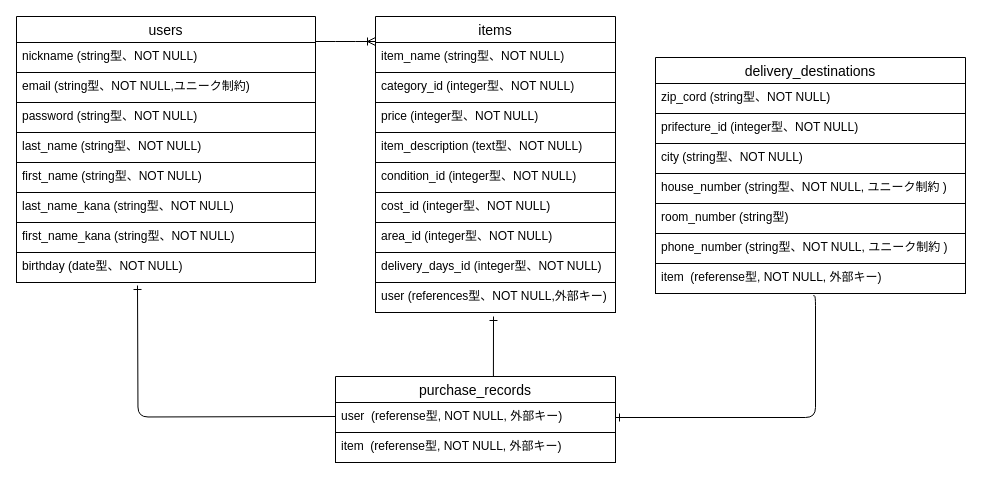
sorairo580/furima-39405 keeps this draw.io diagram as fruima_ER.dio. Above is the earlier version. Source tidied: cells renumbered, new cells numbered last; positions are measured from the earlier drawing's top-left corner, leaving out a move shared by most shapes. Both pictures are drawn from the tidied source at 100%, with x=0, y=0 at pixel (16, 16).
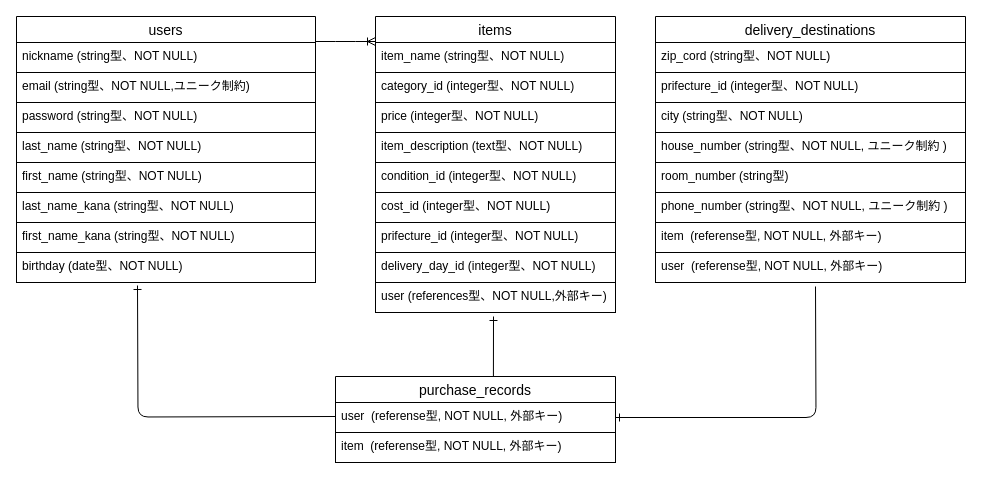
Above is the later version.

Unchanged cells that the change refers to:
```xml
<mxCell id="12" value="items" style="swimlane;fontStyle=0;horizontal=1;startSize=26;align=center;fontSize=14;strokeColor=#000000;" parent="1" vertex="1">
  <mxGeometry x="359" width="240" height="296" as="geometry" />
</mxCell>
<mxCell id="23" value="user  (referense型, NOT NULL, 外部キー)&#10;" style="text;strokeColor=#000000;fillColor=none;spacingLeft=4;spacingRight=4;overflow=hidden;points=[[0,0.5],[1,0.5]];portConstraint=eastwest;fontSize=12;" parent="22" vertex="1">
  <mxGeometry y="26" width="280" height="30" as="geometry" />
</mxCell>
<mxCell id="32" value="item  (referense型, NOT NULL, 外部キー)" style="text;strokeColor=#000000;fillColor=none;spacingLeft=4;spacingRight=4;overflow=hidden;points=[[0,0.5],[1,0.5]];portConstraint=eastwest;fontSize=12;" parent="25" vertex="1">
  <mxGeometry y="206" width="310" height="30" as="geometry" />
</mxCell>
```

What changed in the source:
```diff
@@
-    <mxCell id="19" value="area_id (integer型、NOT NULL)" style="text;strokeColor=#000000;fillColor=none;spacingLeft=4;spacingRight=4;overflow=hidden;fontSize=12;" parent="12" vertex="1">
+    <mxCell id="19" value="prifecture_id (integer型、NOT NULL)" style="text;strokeColor=#000000;fillColor=none;spacingLeft=4;spacingRight=4;overflow=hidden;fontSize=12;" parent="12" vertex="1">
       <mxGeometry y="206" width="240" height="30" as="geometry" />
     </mxCell>
-    <mxCell id="20" value="delivery_days_id (integer型、NOT NULL)" style="text;strokeColor=#000000;fillColor=none;spacingLeft=4;spacingRight=4;overflow=hidden;fontSize=12;" parent="12" vertex="1">
+    <mxCell id="20" value="delivery_day_id (integer型、NOT NULL)" style="text;strokeColor=#000000;fillColor=none;spacingLeft=4;spacingRight=4;overflow=hidden;fontSize=12;" parent="12" vertex="1">
       <mxGeometry y="236" width="240" height="30" as="geometry" />
     </mxCell>
@@
     <mxCell id="25" value="delivery_destinations" style="swimlane;fontStyle=0;horizontal=1;startSize=26;align=center;fontSize=14;strokeColor=#000000;" parent="1" vertex="1">
-      <mxGeometry x="639" y="41" width="310" height="236" as="geometry" />
+      <mxGeometry x="639" width="310" height="266" as="geometry" />
     </mxCell>
@@
+    <mxCell id="36" value="user  (referense型, NOT NULL, 外部キー)" style="text;strokeColor=#000000;fillColor=none;spacingLeft=4;spacingRight=4;overflow=hidden;fontSize=12;" parent="25" vertex="1">
+      <mxGeometry y="236" width="310" height="30" as="geometry" />
+    </mxCell>
-    <mxCell id="33" style="edgeStyle=orthogonalEdgeStyle;fontSize=12;html=1;endArrow=ERone;endFill=1;strokeColor=#000000;entryX=1;entryY=0.5;entryDx=0;entryDy=0;exitX=0.509;exitY=1.073;exitDx=0;exitDy=0;exitPerimeter=0;" parent="1" edge="1" source="32" target="23">
+    <mxCell id="33" style="edgeStyle=orthogonalEdgeStyle;fontSize=12;html=1;endArrow=ERone;endFill=1;strokeColor=#000000;entryX=1;entryY=0.5;entryDx=0;entryDy=0;" parent="1" edge="1" target="23">
       <mxGeometry relative="1" as="geometry">
-        <Array as="points">
-          <mxPoint x="799" y="279" />
-          <mxPoint x="799" y="401" />
-        </Array>
+        <mxPoint x="799" y="270" as="sourcePoint" />
       </mxGeometry>
     </mxCell>
```
